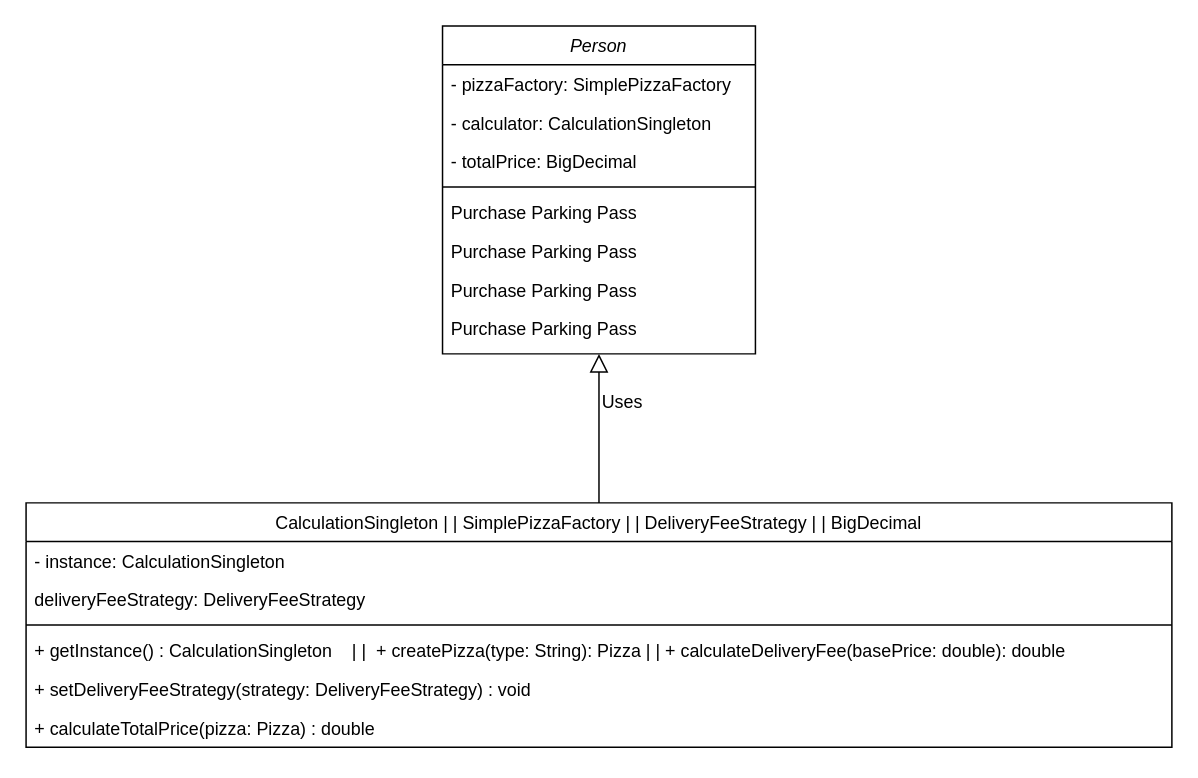
The draw.io diagram Pizza_Order_Facade_Class_Diagram.drawio in perazaharmonics/Java-OOD, before the edit. Source tidied: cells renumbered, new cells numbered last; positions are measured from the earlier drawing's top-left corner, leaving out a move shared by most shapes. Both pictures are drawn from the tidied source at 149%, with x=0, y=0 at pixel (25, 25).
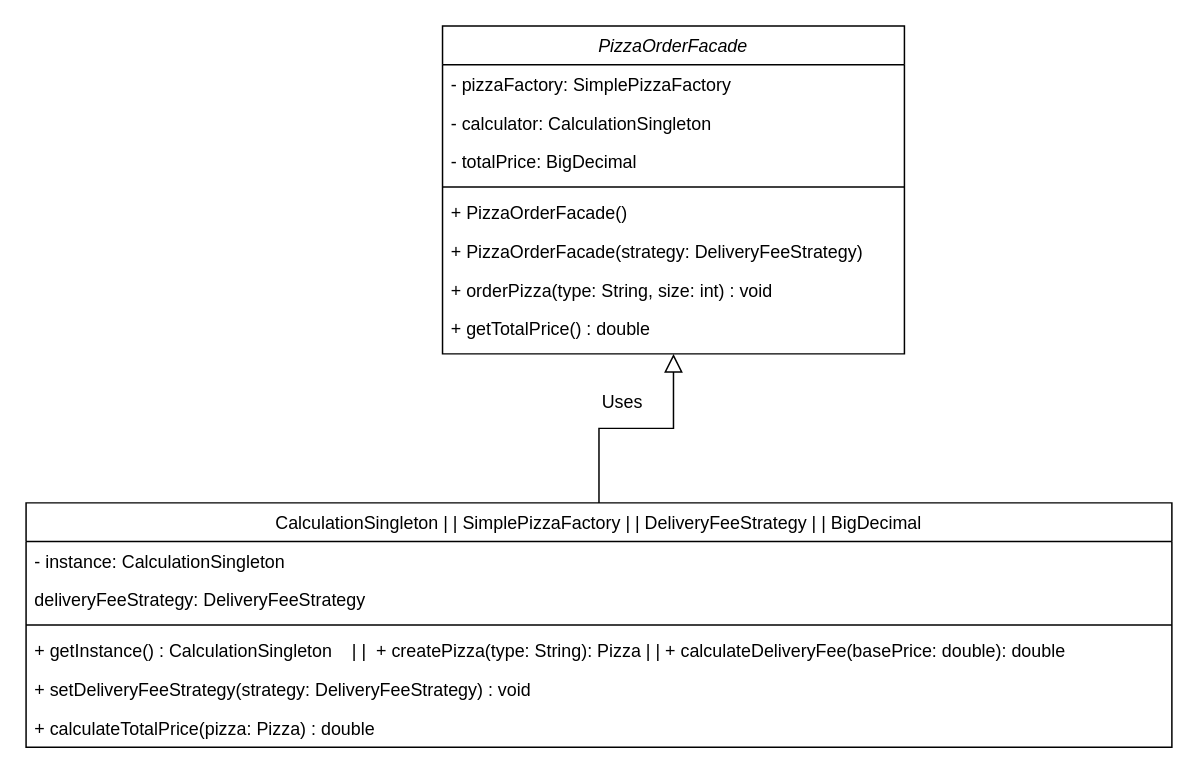
The same page after the edit.

The edit, as a diff of the source:
```diff
@@
 <mxGraphModel>
   <root>
     <mxCell id="0" />
     <mxCell id="1" parent="0" />
-    <mxCell id="2" value="Person" style="swimlane;fontStyle=2;align=center;verticalAlign=top;horizontal=1;startSize=26;rounded=0;shadow=0;strokeWidth=1;" parent="1" vertex="1">
-      <mxGeometry x="279.5" width="210" height="220" as="geometry" />
+    <mxCell id="2" value="PizzaOrderFacade" style="swimlane;fontStyle=2;align=center;verticalAlign=top;horizontal=1;startSize=26;rounded=0;shadow=0;strokeWidth=1;" parent="1" vertex="1">
+      <mxGeometry x="279.5" width="310" height="220" as="geometry" />
     </mxCell>
     <mxCell id="3" value="- pizzaFactory: SimplePizzaFactory" style="text;align=left;verticalAlign=top;spacingLeft=4;spacingRight=4;overflow=hidden;" parent="2" vertex="1">
-      <mxGeometry y="26" width="210" height="26" as="geometry" />
+      <mxGeometry y="26" width="310" height="26" as="geometry" />
     </mxCell>
     <mxCell id="4" value="- calculator: CalculationSingleton" style="text;align=left;verticalAlign=top;spacingLeft=4;spacingRight=4;overflow=hidden;rounded=0;shadow=0;html=0;" parent="2" vertex="1">
-      <mxGeometry y="52" width="210" height="26" as="geometry" />
+      <mxGeometry y="52" width="310" height="26" as="geometry" />
     </mxCell>
     <mxCell id="5" value="- totalPrice: BigDecimal" style="text;align=left;verticalAlign=top;spacingLeft=4;spacingRight=4;overflow=hidden;rounded=0;shadow=0;html=0;" parent="2" vertex="1">
-      <mxGeometry y="78" width="210" height="26" as="geometry" />
+      <mxGeometry y="78" width="310" height="26" as="geometry" />
     </mxCell>
     <mxCell id="6" style="line;html=1;strokeWidth=1;align=left;verticalAlign=middle;spacingTop=-1;spacingLeft=3;spacingRight=3;labelPosition=right;" parent="2" vertex="1">
-      <mxGeometry y="104" width="210" height="8" as="geometry" />
+      <mxGeometry y="104" width="310" height="8" as="geometry" />
     </mxCell>
-    <mxCell id="7" value="Purchase Parking Pass" style="text;align=left;verticalAlign=top;spacingLeft=4;spacingRight=4;overflow=hidden;" parent="2" vertex="1">
-      <mxGeometry y="112" width="210" height="26" as="geometry" />
+    <mxCell id="7" value="+ PizzaOrderFacade() " style="text;align=left;verticalAlign=top;spacingLeft=4;spacingRight=4;overflow=hidden;" parent="2" vertex="1">
+      <mxGeometry y="112" width="310" height="26" as="geometry" />
     </mxCell>
-    <mxCell id="8" value="Purchase Parking Pass" style="text;align=left;verticalAlign=top;spacingLeft=4;spacingRight=4;overflow=hidden;" parent="2" vertex="1">
-      <mxGeometry y="138" width="210" height="26" as="geometry" />
+    <mxCell id="8" value="+ PizzaOrderFacade(strategy: DeliveryFeeStrategy)" style="text;align=left;verticalAlign=top;spacingLeft=4;spacingRight=4;overflow=hidden;" parent="2" vertex="1">
+      <mxGeometry y="138" width="310" height="26" as="geometry" />
     </mxCell>
-    <mxCell id="9" value="Purchase Parking Pass" style="text;align=left;verticalAlign=top;spacingLeft=4;spacingRight=4;overflow=hidden;" parent="2" vertex="1">
-      <mxGeometry y="164" width="210" height="26" as="geometry" />
+    <mxCell id="9" value="+ orderPizza(type: String, size: int) : void" style="text;align=left;verticalAlign=top;spacingLeft=4;spacingRight=4;overflow=hidden;" parent="2" vertex="1">
+      <mxGeometry y="164" width="310" height="26" as="geometry" />
     </mxCell>
-    <mxCell id="10" value="Purchase Parking Pass" style="text;align=left;verticalAlign=top;spacingLeft=4;spacingRight=4;overflow=hidden;" parent="2" vertex="1">
-      <mxGeometry y="190" width="210" height="26" as="geometry" />
+    <mxCell id="10" value="+ getTotalPrice() : double" style="text;align=left;verticalAlign=top;spacingLeft=4;spacingRight=4;overflow=hidden;" parent="2" vertex="1">
+      <mxGeometry y="190" width="310" height="30" as="geometry" />
     </mxCell>
     <mxCell id="11" value="CalculationSingleton | | SimplePizzaFactory | | DeliveryFeeStrategy | | BigDecimal" style="swimlane;fontStyle=0;align=center;verticalAlign=top;horizontal=1;startSize=26;rounded=0;shadow=0;strokeWidth=1;" parent="1" vertex="1">
       <mxGeometry y="320" width="769" height="164" as="geometry" />
     </mxCell>
     <mxCell id="12" value="- instance: CalculationSingleton" style="text;align=left;verticalAlign=top;spacingLeft=4;spacingRight=4;overflow=hidden;" parent="11" vertex="1">
       <mxGeometry y="26" width="769" height="26" as="geometry" />
     </mxCell>
     <mxCell id="13" value="deliveryFeeStrategy: DeliveryFeeStrategy" style="text;align=left;verticalAlign=top;spacingLeft=4;spacingRight=4;overflow=hidden;rounded=0;shadow=0;html=0;" parent="11" vertex="1">
       <mxGeometry y="52" width="769" height="26" as="geometry" />
     </mxCell>
     <mxCell id="14" style="line;html=1;strokeWidth=1;align=left;verticalAlign=middle;spacingTop=-1;spacingLeft=3;spacingRight=3;labelPosition=right;" parent="11" vertex="1">
       <mxGeometry y="78" width="769" height="8" as="geometry" />
     </mxCell>
     <mxCell id="15" value="+ getInstance() : CalculationSingleton    | |  + createPizza(type: String): Pizza | | + calculateDeliveryFee(basePrice: double): double" style="text;align=left;verticalAlign=top;spacingLeft=4;spacingRight=4;overflow=hidden;fontStyle=0;" parent="11" vertex="1">
       <mxGeometry y="86" width="769" height="26" as="geometry" />
     </mxCell>
     <mxCell id="16" value="+ setDeliveryFeeStrategy(strategy: DeliveryFeeStrategy) : void" style="text;align=left;verticalAlign=top;spacingLeft=4;spacingRight=4;overflow=hidden;" parent="11" vertex="1">
       <mxGeometry y="112" width="769" height="26" as="geometry" />
     </mxCell>
     <mxCell id="17" value="+ calculateTotalPrice(pizza: Pizza) : double" style="text;align=left;verticalAlign=top;spacingLeft=4;spacingRight=4;overflow=hidden;" parent="11" vertex="1">
       <mxGeometry y="138" width="769" height="26" as="geometry" />
     </mxCell>
     <mxCell id="18" style="endArrow=block;endSize=10;endFill=0;shadow=0;strokeWidth=1;rounded=0;edgeStyle=elbowEdgeStyle;elbow=vertical;" parent="1" edge="1" source="11" target="2">
       <mxGeometry relative="1" as="geometry" />
     </mxCell>
     <mxCell id="19" value="Uses" style="text;html=1;align=center;verticalAlign=middle;strokeColor=none;fillColor=none;" parent="1" vertex="1">
       <mxGeometry x="374.5" y="238" width="50" height="30" as="geometry" />
     </mxCell>
   </root>
 </mxGraphModel>
```
